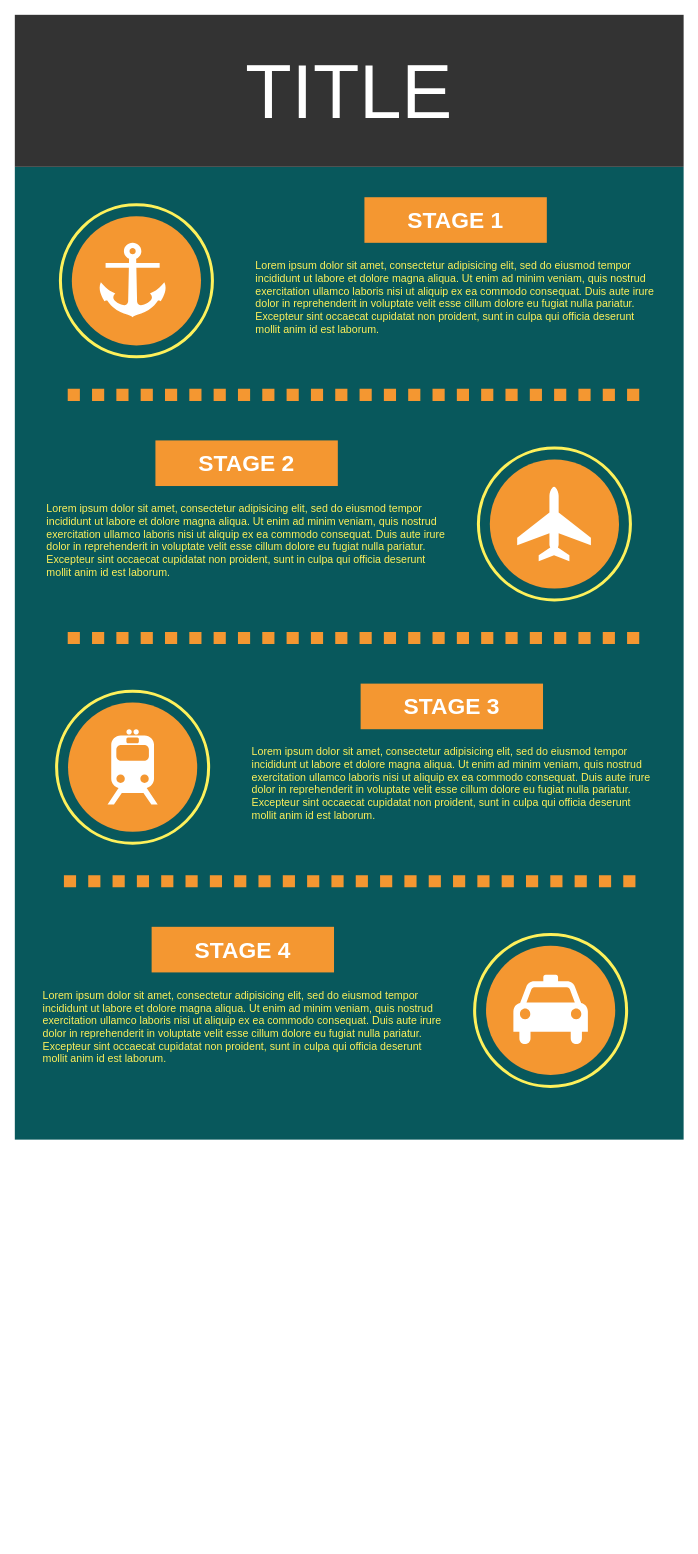
This is Actividades/Diagrama sin título.drawio from GerardoLopezO/IB_IA_2023, a draw.io file, before an edit. Source tidied: cells renumbered, new cells numbered last; positions are measured from the earlier drawing's top-left corner, leaving out a move shared by most shapes. Both pictures are drawn from the tidied source at 76%, with x=0, y=0 at pixel (14, 14).
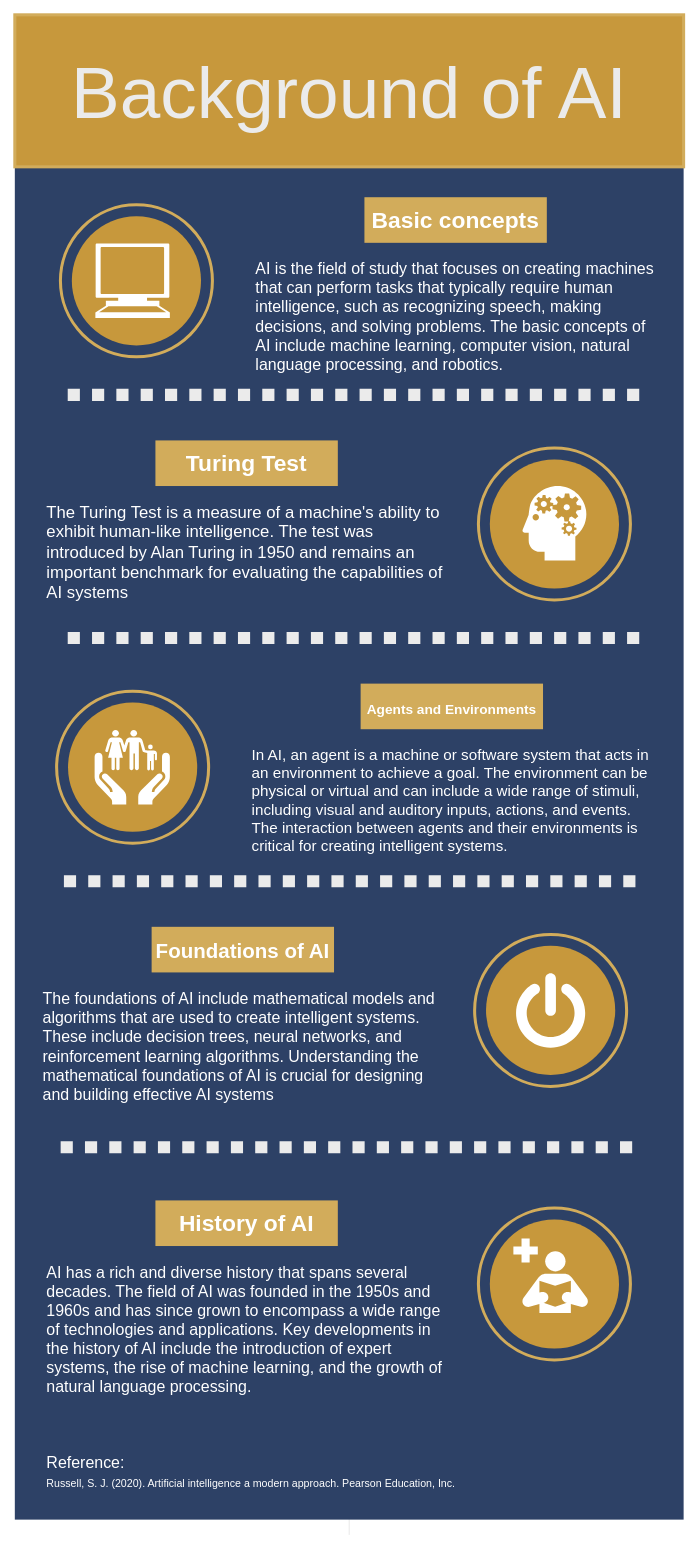
The same page after the edit.

Change to the diagram source:
```diff
@@
+    <mxCell id="27" style="edgeStyle=orthogonalEdgeStyle;rounded=0;jettySize=auto;html=1;exitX=0.5;exitY=1;exitDx=0;exitDy=0;strokeColor=#EBEBEB;fontFamily=Tahoma;fontSize=21;fontColor=#ffffff;" parent="1" edge="1" source="2">
+      <mxGeometry relative="1" as="geometry">
+        <mxPoint x="440" y="1890" as="targetPoint" />
+      </mxGeometry>
+    </mxCell>
-    <mxCell id="2" style="whiteSpace=wrap;html=1;rounded=0;shadow=0;dashed=0;strokeColor=none;strokeWidth=4;fillColor=#08585C;gradientColor=none;fontFamily=Helvetica;fontSize=100;fontColor=#FFFFFF;align=center;" parent="1" vertex="1">
-      <mxGeometry y="200" width="880" height="1280" as="geometry" />
+    <mxCell id="2" style="whiteSpace=wrap;html=1;rounded=0;shadow=0;dashed=0;strokeColor=none;strokeWidth=4;fillColor=#2D4166;gradientColor=none;fontFamily=Helvetica;fontSize=100;fontColor=#FFFFFF;align=center;" parent="1" vertex="1">
+      <mxGeometry y="200" width="880" height="1780" as="geometry" />
     </mxCell>
-    <mxCell id="3" value="TITLE" style="whiteSpace=wrap;html=1;rounded=0;shadow=0;dashed=0;strokeColor=none;strokeWidth=4;fillColor=#333333;gradientColor=none;fontFamily=Helvetica;fontSize=100;fontColor=#FFFFFF;align=center;" parent="1" vertex="1">
+    <mxCell id="3" value="&lt;font color=&quot;#ebebeb&quot; style=&quot;font-size: 96px;&quot;&gt;Background of AI&lt;/font&gt;" style="whiteSpace=wrap;html=1;rounded=0;shadow=0;dashed=0;strokeColor=#D2AC5B;strokeWidth=4;fillColor=#C7983C;fontFamily=Helvetica;fontSize=100;align=center;" parent="1" vertex="1">
       <mxGeometry width="880" height="200" as="geometry" />
     </mxCell>
-    <mxCell id="4" style="ellipse;whiteSpace=wrap;html=1;rounded=0;shadow=0;dashed=0;strokeColor=#FEF15B;strokeWidth=4;fillColor=none;gradientColor=none;fontFamily=Helvetica;fontSize=100;fontColor=#FFFFFF;align=center;" parent="1" vertex="1">
+    <mxCell id="4" style="ellipse;whiteSpace=wrap;html=1;rounded=0;shadow=0;dashed=0;strokeColor=#D2AC5B;strokeWidth=4;fillColor=none;gradientColor=none;fontFamily=Helvetica;fontSize=100;fontColor=#FFFFFF;align=center;" parent="1" vertex="1">
       <mxGeometry x="60" y="250" width="200" height="200" as="geometry" />
     </mxCell>
-    <mxCell id="5" style="ellipse;whiteSpace=wrap;html=1;rounded=0;shadow=0;dashed=0;strokeColor=none;strokeWidth=4;fillColor=#F49731;gradientColor=none;fontFamily=Helvetica;fontSize=100;fontColor=#FFFFFF;align=center;" parent="1" vertex="1">
+    <mxCell id="5" style="ellipse;whiteSpace=wrap;html=1;rounded=0;shadow=0;dashed=0;strokeColor=none;strokeWidth=4;fillColor=#C7983C;gradientColor=none;fontFamily=Helvetica;fontSize=100;fontColor=#FFFFFF;align=center;" parent="1" vertex="1">
       <mxGeometry x="75" y="265" width="170" height="170" as="geometry" />
     </mxCell>
-    <mxCell id="6" style="endArrow=none;html=1;dashed=1;dashPattern=1 1;labelBackgroundColor=none;strokeColor=#F49731;fontFamily=Helvetica;fontSize=100;fontColor=#FFFFFF;strokeWidth=16;" parent="1" edge="1">
+    <mxCell id="6" style="endArrow=none;html=1;dashed=1;dashPattern=1 1;labelBackgroundColor=none;strokeColor=#EBEBEB;fontFamily=Helvetica;fontSize=100;fontColor=#FFFFFF;strokeWidth=16;" parent="1" edge="1">
       <mxGeometry relative="1" as="geometry">
         <mxPoint x="69.6" y="500" as="sourcePoint" />
         <mxPoint x="829" y="500" as="targetPoint" />
       </mxGeometry>
     </mxCell>
-    <mxCell id="7" value="STAGE 1" style="whiteSpace=wrap;html=1;rounded=0;shadow=0;dashed=0;strokeColor=none;strokeWidth=4;fillColor=#F49731;gradientColor=none;fontFamily=Helvetica;fontSize=30;fontColor=#FFFFFF;align=center;fontStyle=1;" parent="1" vertex="1">
+    <mxCell id="7" value="Basic concepts" style="whiteSpace=wrap;html=1;rounded=0;shadow=0;dashed=0;strokeColor=none;strokeWidth=4;fillColor=#D2AC5B;gradientColor=none;fontFamily=Helvetica;fontSize=30;fontColor=#FFFFFF;align=center;fontStyle=1;" parent="1" vertex="1">
       <mxGeometry x="460" y="240" width="240" height="60" as="geometry" />
     </mxCell>
-    <mxCell id="8" value="Lorem ipsum dolor sit amet, consectetur adipisicing elit, sed do eiusmod tempor incididunt ut labore et dolore magna aliqua. Ut enim ad minim veniam, quis nostrud exercitation ullamco laboris nisi ut aliquip ex ea commodo consequat. Duis aute irure dolor in reprehenderit in voluptate velit esse cillum dolore eu fugiat nulla pariatur. Excepteur sint occaecat cupidatat non proident, sunt in culpa qui officia deserunt mollit anim id est laborum." style="text;spacingTop=-5;fillColor=#ffffff;whiteSpace=wrap;html=1;align=left;fontSize=14;fontFamily=Helvetica;fillColor=none;strokeColor=none;rounded=0;shadow=0;dashed=0;fontColor=#FEF15B;" parent="1" vertex="1">
+    <mxCell id="8" value="&lt;font style=&quot;font-size: 21px;&quot; color=&quot;#ffffff&quot;&gt;AI is the field of study that focuses on creating machines that can perform tasks that typically require human intelligence, such as recognizing speech, making decisions, and solving problems. The basic concepts of AI include machine learning, computer vision, natural language processing, and robotics.&lt;/font&gt;&lt;span style=&quot;caret-color: rgb(0, 0, 0); color: rgb(0, 0, 0); font-family: -webkit-standard; font-size: medium;&quot;&gt;&lt;/span&gt;" style="text;spacingTop=-5;fillColor=#ffffff;whiteSpace=wrap;html=1;align=left;fontSize=14;fontFamily=Helvetica;fillColor=none;strokeColor=none;rounded=0;shadow=0;dashed=0;fontColor=#FEF15B;" parent="1" vertex="1">
       <mxGeometry x="315" y="320" width="535" height="130" as="geometry" />
     </mxCell>
-    <mxCell id="9" style="ellipse;whiteSpace=wrap;html=1;rounded=0;shadow=0;dashed=0;strokeColor=#FEF15B;strokeWidth=4;fillColor=none;gradientColor=none;fontFamily=Helvetica;fontSize=100;fontColor=#FFFFFF;align=center;" parent="1" vertex="1">
+    <mxCell id="9" style="ellipse;whiteSpace=wrap;html=1;rounded=0;shadow=0;dashed=0;strokeColor=#D2AC5B;strokeWidth=4;fillColor=none;gradientColor=none;fontFamily=Helvetica;fontSize=100;fontColor=#FFFFFF;align=center;" parent="1" vertex="1">
       <mxGeometry x="610" y="570" width="200" height="200" as="geometry" />
     </mxCell>
-    <mxCell id="10" style="ellipse;whiteSpace=wrap;html=1;rounded=0;shadow=0;dashed=0;strokeColor=none;strokeWidth=4;fillColor=#F49731;gradientColor=none;fontFamily=Helvetica;fontSize=100;fontColor=#FFFFFF;align=center;" parent="1" vertex="1">
+    <mxCell id="10" style="ellipse;whiteSpace=wrap;html=1;rounded=0;shadow=0;dashed=0;strokeColor=none;strokeWidth=4;fillColor=#C7983C;gradientColor=none;fontFamily=Helvetica;fontSize=100;fontColor=#FFFFFF;align=center;" parent="1" vertex="1">
       <mxGeometry x="625" y="585" width="170" height="170" as="geometry" />
     </mxCell>
-    <mxCell id="11" style="endArrow=none;html=1;dashed=1;dashPattern=1 1;labelBackgroundColor=none;strokeColor=#F49731;fontFamily=Helvetica;fontSize=100;fontColor=#FFFFFF;strokeWidth=16;" parent="1" edge="1">
+    <mxCell id="11" style="endArrow=none;html=1;dashed=1;dashPattern=1 1;labelBackgroundColor=none;strokeColor=#EBEBEB;fontFamily=Helvetica;fontSize=100;fontColor=#FFFFFF;strokeWidth=16;" parent="1" edge="1">
       <mxGeometry relative="1" as="geometry">
         <mxPoint x="69.6" y="820" as="sourcePoint" />
         <mxPoint x="829" y="820" as="targetPoint" />
       </mxGeometry>
     </mxCell>
-    <mxCell id="12" value="STAGE 2" style="whiteSpace=wrap;html=1;rounded=0;shadow=0;dashed=0;strokeColor=none;strokeWidth=4;fillColor=#F49731;gradientColor=none;fontFamily=Helvetica;fontSize=30;fontColor=#FFFFFF;align=center;fontStyle=1;" parent="1" vertex="1">
+    <mxCell id="12" value="Turing Test&lt;span style=&quot;caret-color: rgb(0, 0, 0); color: rgb(0, 0, 0); font-family: -webkit-standard; font-size: medium; font-weight: 400; text-align: start;&quot;&gt;&lt;/span&gt;" style="whiteSpace=wrap;html=1;rounded=0;shadow=0;dashed=0;strokeColor=none;strokeWidth=4;fillColor=#D2AC5B;gradientColor=none;fontFamily=Helvetica;fontSize=30;fontColor=#FFFFFF;align=center;fontStyle=1;" parent="1" vertex="1">
       <mxGeometry x="185" y="560" width="240" height="60" as="geometry" />
     </mxCell>
-    <mxCell id="13" value="Lorem ipsum dolor sit amet, consectetur adipisicing elit, sed do eiusmod tempor incididunt ut labore et dolore magna aliqua. Ut enim ad minim veniam, quis nostrud exercitation ullamco laboris nisi ut aliquip ex ea commodo consequat. Duis aute irure dolor in reprehenderit in voluptate velit esse cillum dolore eu fugiat nulla pariatur. Excepteur sint occaecat cupidatat non proident, sunt in culpa qui officia deserunt mollit anim id est laborum." style="text;spacingTop=-5;fillColor=#ffffff;whiteSpace=wrap;html=1;align=left;fontSize=14;fontFamily=Helvetica;fillColor=none;strokeColor=none;rounded=0;shadow=0;dashed=0;fontColor=#FEF15B;" parent="1" vertex="1">
+    <mxCell id="13" value="&lt;font style=&quot;font-size: 22px;&quot; color=&quot;#ffffff&quot;&gt;The Turing Test is a measure of a machine's ability to exhibit human-like intelligence. The test was introduced by Alan Turing in 1950 and remains an important benchmark for evaluating the capabilities of AI systems&lt;/font&gt;&lt;span style=&quot;caret-color: rgb(0, 0, 0); color: rgb(0, 0, 0); font-family: -webkit-standard; font-size: medium;&quot;&gt;&lt;/span&gt;" style="text;spacingTop=-5;fillColor=#ffffff;whiteSpace=wrap;html=1;align=left;fontSize=14;fontFamily=Helvetica;fillColor=none;strokeColor=none;rounded=0;shadow=0;dashed=0;fontColor=#FEF15B;" parent="1" vertex="1">
       <mxGeometry x="40" y="640" width="535" height="130" as="geometry" />
     </mxCell>
-    <mxCell id="14" style="ellipse;whiteSpace=wrap;html=1;rounded=0;shadow=0;dashed=0;strokeColor=#FEF15B;strokeWidth=4;fillColor=none;gradientColor=none;fontFamily=Helvetica;fontSize=100;fontColor=#FFFFFF;align=center;" parent="1" vertex="1">
+    <mxCell id="14" style="ellipse;whiteSpace=wrap;html=1;rounded=0;shadow=0;dashed=0;strokeColor=#D2AC5B;strokeWidth=4;fillColor=none;gradientColor=none;fontFamily=Helvetica;fontSize=100;fontColor=#FFFFFF;align=center;" parent="1" vertex="1">
       <mxGeometry x="55" y="890" width="200" height="200" as="geometry" />
     </mxCell>
-    <mxCell id="15" style="ellipse;whiteSpace=wrap;html=1;rounded=0;shadow=0;dashed=0;strokeColor=none;strokeWidth=4;fillColor=#F49731;gradientColor=none;fontFamily=Helvetica;fontSize=100;fontColor=#FFFFFF;align=center;" parent="1" vertex="1">
+    <mxCell id="15" style="ellipse;whiteSpace=wrap;html=1;rounded=0;shadow=0;dashed=0;strokeColor=none;strokeWidth=4;fillColor=#C7983C;gradientColor=none;fontFamily=Helvetica;fontSize=100;fontColor=#FFFFFF;align=center;" parent="1" vertex="1">
       <mxGeometry x="70" y="905" width="170" height="170" as="geometry" />
     </mxCell>
-    <mxCell id="16" style="endArrow=none;html=1;dashed=1;dashPattern=1 1;labelBackgroundColor=none;strokeColor=#F49731;fontFamily=Helvetica;fontSize=100;fontColor=#FFFFFF;strokeWidth=16;" parent="1" edge="1">
+    <mxCell id="16" style="endArrow=none;html=1;dashed=1;dashPattern=1 1;labelBackgroundColor=none;strokeColor=#EBEBEB;fontFamily=Helvetica;fontSize=100;fontColor=#FFFFFF;strokeWidth=16;" parent="1" edge="1">
       <mxGeometry relative="1" as="geometry">
         <mxPoint x="64.6" y="1140" as="sourcePoint" />
         <mxPoint x="824" y="1140" as="targetPoint" />
       </mxGeometry>
     </mxCell>
-    <mxCell id="17" value="STAGE 3" style="whiteSpace=wrap;html=1;rounded=0;shadow=0;dashed=0;strokeColor=none;strokeWidth=4;fillColor=#F49731;gradientColor=none;fontFamily=Helvetica;fontSize=30;fontColor=#FFFFFF;align=center;fontStyle=1;" parent="1" vertex="1">
+    <mxCell id="17" value="&lt;font style=&quot;font-size: 18px;&quot;&gt;Agents and Environments&lt;/font&gt;&lt;span style=&quot;caret-color: rgb(0, 0, 0); color: rgb(0, 0, 0); font-family: -webkit-standard; font-size: medium; font-weight: 400; text-align: start;&quot;&gt;&lt;/span&gt;" style="whiteSpace=wrap;html=1;rounded=0;shadow=0;dashed=0;strokeColor=none;strokeWidth=4;fillColor=#D2AC5B;gradientColor=none;fontFamily=Helvetica;fontSize=30;fontColor=#FFFFFF;align=center;fontStyle=1;" parent="1" vertex="1">
       <mxGeometry x="455" y="880" width="240" height="60" as="geometry" />
     </mxCell>
-    <mxCell id="18" value="Lorem ipsum dolor sit amet, consectetur adipisicing elit, sed do eiusmod tempor incididunt ut labore et dolore magna aliqua. Ut enim ad minim veniam, quis nostrud exercitation ullamco laboris nisi ut aliquip ex ea commodo consequat. Duis aute irure dolor in reprehenderit in voluptate velit esse cillum dolore eu fugiat nulla pariatur. Excepteur sint occaecat cupidatat non proident, sunt in culpa qui officia deserunt mollit anim id est laborum." style="text;spacingTop=-5;fillColor=#ffffff;whiteSpace=wrap;html=1;align=left;fontSize=14;fontFamily=Helvetica;fillColor=none;strokeColor=none;rounded=0;shadow=0;dashed=0;fontColor=#FEF15B;" parent="1" vertex="1">
+    <mxCell id="18" value="&lt;font style=&quot;font-size: 20px;&quot; color=&quot;#ffffff&quot;&gt;In AI, an agent is a machine or software system that acts in an environment to achieve a goal. The environment can be physical or virtual and can include a wide range of stimuli, including visual and auditory inputs, actions, and events. The interaction between agents and their environments is critical for creating intelligent systems.&lt;/font&gt;&lt;span style=&quot;caret-color: rgb(0, 0, 0); color: rgb(0, 0, 0); font-family: -webkit-standard; font-size: medium;&quot;&gt;&lt;/span&gt;" style="text;spacingTop=-5;fillColor=#ffffff;whiteSpace=wrap;html=1;align=left;fontSize=14;fontFamily=Helvetica;fillColor=none;strokeColor=none;rounded=0;shadow=0;dashed=0;fontColor=#FEF15B;" parent="1" vertex="1">
       <mxGeometry x="310" y="960" width="535" height="130" as="geometry" />
     </mxCell>
-    <mxCell id="19" style="ellipse;whiteSpace=wrap;html=1;rounded=0;shadow=0;dashed=0;strokeColor=#FEF15B;strokeWidth=4;fillColor=none;gradientColor=none;fontFamily=Helvetica;fontSize=100;fontColor=#FFFFFF;align=center;" parent="1" vertex="1">
+    <mxCell id="19" style="ellipse;whiteSpace=wrap;html=1;rounded=0;shadow=0;dashed=0;strokeColor=#D2AC5B;strokeWidth=4;fillColor=none;gradientColor=none;fontFamily=Helvetica;fontSize=100;fontColor=#FFFFFF;align=center;" parent="1" vertex="1">
       <mxGeometry x="605" y="1210" width="200" height="200" as="geometry" />
     </mxCell>
-    <mxCell id="20" style="ellipse;whiteSpace=wrap;html=1;rounded=0;shadow=0;dashed=0;strokeColor=none;strokeWidth=4;fillColor=#F49731;gradientColor=none;fontFamily=Helvetica;fontSize=100;fontColor=#FFFFFF;align=center;" parent="1" vertex="1">
+    <mxCell id="20" style="ellipse;whiteSpace=wrap;html=1;rounded=0;shadow=0;dashed=0;strokeColor=none;strokeWidth=4;fillColor=#C7983C;gradientColor=none;fontFamily=Helvetica;fontSize=100;fontColor=#FFFFFF;align=center;" parent="1" vertex="1">
       <mxGeometry x="620" y="1225" width="170" height="170" as="geometry" />
     </mxCell>
-    <mxCell id="21" value="STAGE 4" style="whiteSpace=wrap;html=1;rounded=0;shadow=0;dashed=0;strokeColor=none;strokeWidth=4;fillColor=#F49731;gradientColor=none;fontFamily=Helvetica;fontSize=30;fontColor=#FFFFFF;align=center;fontStyle=1;" parent="1" vertex="1">
+    <mxCell id="21" value="&lt;font style=&quot;font-size: 27px;&quot;&gt;Foundations of AI&lt;/font&gt;&lt;span style=&quot;caret-color: rgb(0, 0, 0); color: rgb(0, 0, 0); font-family: -webkit-standard; font-size: medium; font-weight: 400; text-align: start;&quot;&gt;&lt;/span&gt;" style="whiteSpace=wrap;html=1;rounded=0;shadow=0;dashed=0;strokeColor=none;strokeWidth=4;fillColor=#D2AC5B;gradientColor=none;fontFamily=Helvetica;fontSize=30;fontColor=#FFFFFF;align=center;fontStyle=1;" parent="1" vertex="1">
       <mxGeometry x="180" y="1200" width="240" height="60" as="geometry" />
     </mxCell>
-    <mxCell id="22" value="Lorem ipsum dolor sit amet, consectetur adipisicing elit, sed do eiusmod tempor incididunt ut labore et dolore magna aliqua. Ut enim ad minim veniam, quis nostrud exercitation ullamco laboris nisi ut aliquip ex ea commodo consequat. Duis aute irure dolor in reprehenderit in voluptate velit esse cillum dolore eu fugiat nulla pariatur. Excepteur sint occaecat cupidatat non proident, sunt in culpa qui officia deserunt mollit anim id est laborum." style="text;spacingTop=-5;fillColor=#ffffff;whiteSpace=wrap;html=1;align=left;fontSize=14;fontFamily=Helvetica;fillColor=none;strokeColor=none;rounded=0;shadow=0;dashed=0;fontColor=#FEF15B;" parent="1" vertex="1">
+    <mxCell id="22" value="&lt;font style=&quot;font-size: 21px;&quot; color=&quot;#ffffff&quot;&gt;The foundations of AI include mathematical models and algorithms that are used to create intelligent systems. These include decision trees, neural networks, and reinforcement learning algorithms. Understanding the mathematical foundations of AI is crucial for designing and building effective AI systems&lt;/font&gt;&lt;span style=&quot;caret-color: rgb(0, 0, 0); color: rgb(0, 0, 0); font-family: -webkit-standard; font-size: medium;&quot;&gt;&lt;/span&gt;" style="text;spacingTop=-5;fillColor=#ffffff;whiteSpace=wrap;html=1;align=left;fontSize=14;fontFamily=Helvetica;fillColor=none;strokeColor=none;rounded=0;shadow=0;dashed=0;fontColor=#FEF15B;" parent="1" vertex="1">
       <mxGeometry x="35" y="1280" width="535" height="130" as="geometry" />
     </mxCell>
-    <mxCell id="23" style="shape=mxgraph.signs.transportation.anchor_2;html=1;fillColor=#FFFFFF;strokeColor=none;verticalLabelPosition=bottom;verticalAlign=top;align=center;rounded=0;shadow=0;dashed=0;fontFamily=Helvetica;fontSize=14;fontColor=#FEF15B;" parent="1" vertex="1">
-      <mxGeometry x="108" y="300" width="94" height="98" as="geometry" />
-    </mxCell>
-    <mxCell id="24" style="shape=mxgraph.signs.transportation.airplane_3;html=1;fillColor=#FFFFFF;strokeColor=none;verticalLabelPosition=bottom;verticalAlign=top;align=center;rounded=0;shadow=0;dashed=0;fontFamily=Helvetica;fontSize=14;fontColor=#FEF15B;" parent="1" vertex="1">
-      <mxGeometry x="661" y="621" width="97" height="98" as="geometry" />
-    </mxCell>
-    <mxCell id="25" style="shape=mxgraph.signs.transportation.train_2;html=1;fillColor=#FFFFFF;strokeColor=none;verticalLabelPosition=bottom;verticalAlign=top;align=center;rounded=0;shadow=0;dashed=0;fontFamily=Helvetica;fontSize=14;fontColor=#FEF15B;" parent="1" vertex="1">
-      <mxGeometry x="122" y="940" width="66" height="99" as="geometry" />
-    </mxCell>
-    <mxCell id="26" style="shape=mxgraph.signs.transportation.taxi;html=1;fillColor=#FFFFFF;strokeColor=none;verticalLabelPosition=bottom;verticalAlign=top;align=center;rounded=0;shadow=0;dashed=0;fontFamily=Helvetica;fontSize=14;fontColor=#FEF15B;" parent="1" vertex="1">
-      <mxGeometry x="656" y="1263" width="98" height="94" as="geometry" />
-    </mxCell>
+    <mxCell id="28" style="shape=mxgraph.signs.tech.computer;html=1;fillColor=#FFFFFF;strokeColor=none;verticalLabelPosition=bottom;verticalAlign=top;align=center;sketch=0;fontFamily=Tahoma;fontSize=18;fontColor=#FFFFFF;" parent="1" vertex="1">
+      <mxGeometry x="106" y="301" width="98" height="98" as="geometry" />
+    </mxCell>
+    <mxCell id="29" style="shape=mxgraph.signs.healthcare.mental_health;html=1;fillColor=#FFFFFF;strokeColor=none;verticalLabelPosition=bottom;verticalAlign=top;align=center;sketch=0;fontFamily=Tahoma;fontSize=18;fontColor=#FFFFFF;" parent="1" vertex="1">
+      <mxGeometry x="668" y="620" width="84" height="98" as="geometry" />
+    </mxCell>
+    <mxCell id="30" style="shape=mxgraph.signs.healthcare.social_services;html=1;fillColor=#FFFFFF;strokeColor=none;verticalLabelPosition=bottom;verticalAlign=top;align=center;sketch=0;fontFamily=Tahoma;fontSize=18;fontColor=#FFFFFF;" parent="1" vertex="1">
+      <mxGeometry x="105" y="941" width="99" height="98" as="geometry" />
+    </mxCell>
+    <mxCell id="31" style="endArrow=none;html=1;dashed=1;dashPattern=1 1;labelBackgroundColor=none;strokeColor=#EBEBEB;fontFamily=Helvetica;fontSize=100;fontColor=#FFFFFF;strokeWidth=16;" parent="1" edge="1">
+      <mxGeometry relative="1" as="geometry">
+        <mxPoint x="60.3" y="1490" as="sourcePoint" />
+        <mxPoint x="819.7" y="1490" as="targetPoint" />
+      </mxGeometry>
+    </mxCell>
+    <mxCell id="32" style="ellipse;whiteSpace=wrap;html=1;rounded=0;shadow=0;dashed=0;strokeColor=#D2AC5B;strokeWidth=4;fillColor=none;gradientColor=none;fontFamily=Helvetica;fontSize=100;fontColor=#FFFFFF;align=center;" parent="1" vertex="1">
+      <mxGeometry x="610" y="1570" width="200" height="200" as="geometry" />
+    </mxCell>
+    <mxCell id="33" style="ellipse;whiteSpace=wrap;html=1;rounded=0;shadow=0;dashed=0;strokeColor=none;strokeWidth=4;fillColor=#C7983C;gradientColor=none;fontFamily=Helvetica;fontSize=100;fontColor=#FFFFFF;align=center;" parent="1" vertex="1">
+      <mxGeometry x="625" y="1585" width="170" height="170" as="geometry" />
+    </mxCell>
+    <mxCell id="34" value="History of AI" style="whiteSpace=wrap;html=1;rounded=0;shadow=0;dashed=0;strokeColor=none;strokeWidth=4;fillColor=#D2AC5B;gradientColor=none;fontFamily=Helvetica;fontSize=30;fontColor=#FFFFFF;align=center;fontStyle=1;" parent="1" vertex="1">
+      <mxGeometry x="185" y="1560" width="240" height="60" as="geometry" />
+    </mxCell>
+    <mxCell id="35" value="&lt;font style=&quot;font-size: 21px;&quot; color=&quot;#ffffff&quot;&gt;AI has a rich and diverse history that spans several decades. The field of AI was founded in the 1950s and 1960s and has since grown to encompass a wide range of technologies and applications. Key developments in the history of AI include the introduction of expert systems, the rise of machine learning, and the growth of natural language processing.&lt;/font&gt;&lt;span style=&quot;caret-color: rgb(0, 0, 0); color: rgb(0, 0, 0); font-family: -webkit-standard; font-size: medium;&quot;&gt;&lt;/span&gt;" style="text;spacingTop=-5;fillColor=#ffffff;whiteSpace=wrap;html=1;align=left;fontSize=14;fontFamily=Helvetica;fillColor=none;strokeColor=none;rounded=0;shadow=0;dashed=0;fontColor=#FEF15B;" parent="1" vertex="1">
+      <mxGeometry x="40" y="1640" width="535" height="130" as="geometry" />
+    </mxCell>
+    <mxCell id="36" style="shape=mxgraph.signs.tech.power;html=1;fillColor=#FFFFFF;strokeColor=none;verticalLabelPosition=bottom;verticalAlign=top;align=center;sketch=0;fontFamily=Tahoma;fontSize=27;fontColor=#FFFFFF;" parent="1" vertex="1">
+      <mxGeometry x="659.5" y="1261" width="91" height="98" as="geometry" />
+    </mxCell>
+    <mxCell id="37" style="shape=mxgraph.signs.healthcare.medical_library;html=1;fillColor=#FFFFFF;strokeColor=none;verticalLabelPosition=bottom;verticalAlign=top;align=center;sketch=0;fontFamily=Tahoma;fontSize=21;fontColor=#ffffff;" parent="1" vertex="1">
+      <mxGeometry x="656" y="1610" width="98" height="98" as="geometry" />
+    </mxCell>
+    <mxCell id="38" value="&lt;font style=&quot;font-size: 21px;&quot; color=&quot;#ffffff&quot;&gt;Reference:&lt;br&gt;&lt;/font&gt;&lt;font color=&quot;#ffffff&quot;&gt;Russell, S. J. (2020). Artificial intelligence a modern approach. Pearson Education, Inc.&lt;font style=&quot;font-size: 21px;&quot;&gt;&lt;br&gt;&lt;/font&gt;&lt;/font&gt;&lt;span style=&quot;caret-color: rgb(0, 0, 0); color: rgb(0, 0, 0); font-family: -webkit-standard; font-size: medium;&quot;&gt;&lt;/span&gt;" style="text;spacingTop=-5;fillColor=#ffffff;whiteSpace=wrap;html=1;align=left;fontSize=14;fontFamily=Helvetica;fillColor=none;strokeColor=none;rounded=0;shadow=0;dashed=0;fontColor=#FEF15B;" parent="1" vertex="1">
+      <mxGeometry x="40" y="1890" width="570" height="70" as="geometry" />
+    </mxCell>
```
